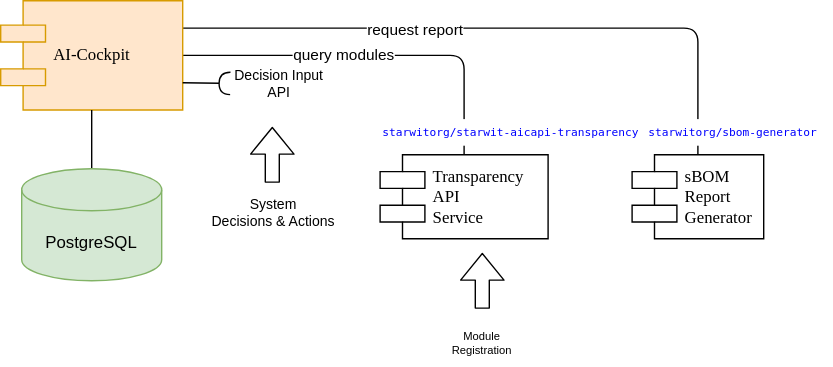
Above: docs/imgs/Service-Composition-Architecture.drawio.svg in starwit/ai-cockpit (draw.io), before the change. Source tidied: cells renumbered, new cells last; positions are measured from the earlier drawing's top-left corner, leaving out a move shared by most shapes. Its diagram source:
```xml
<mxGraphModel>
  <root>
    <mxCell id="0" />
    <mxCell id="1" parent="0" />
    <mxCell id="2" style="edgeStyle=orthogonalEdgeStyle;html=1;exitX=1;exitY=0.5;exitDx=0;exitDy=0;endArrow=none;endFill=0;" parent="1" edge="1" source="6" target="10">
      <mxGeometry relative="1" as="geometry" />
    </mxCell>
    <mxCell id="3" value="query modules" style="edgeLabel;html=1;align=center;verticalAlign=middle;" parent="2" vertex="1">
      <mxGeometry x="-0.07" y="-2" relative="1" as="geometry">
        <mxPoint x="-12" y="-2" as="offset" />
      </mxGeometry>
    </mxCell>
    <mxCell id="4" style="edgeStyle=orthogonalEdgeStyle;html=1;exitX=1;exitY=0.25;exitDx=0;exitDy=0;entryX=0.5;entryY=0;entryDx=0;entryDy=0;endArrow=none;endFill=0;" parent="1" edge="1" source="6" target="9">
      <mxGeometry relative="1" as="geometry" />
    </mxCell>
    <mxCell id="5" value="request report" style="edgeLabel;html=1;align=center;verticalAlign=middle;" parent="4" vertex="1">
      <mxGeometry x="-0.28" y="-1" relative="1" as="geometry" />
    </mxCell>
    <mxCell id="6" value="AI-Cockpit" style="shape=component;align=left;spacingLeft=36;rounded=0;shadow=0;comic=0;labelBackgroundColor=none;strokeWidth=1;fontFamily=Verdana;fontSize=12;html=1;fillColor=#ffe6cc;strokeColor=#d79b00;" parent="1" vertex="1">
      <mxGeometry width="130" height="78" as="geometry" />
    </mxCell>
    <mxCell id="7" style="edgeStyle=orthogonalEdgeStyle;rounded=0;jettySize=auto;html=1;endArrow=none;endFill=0;" parent="1" edge="1" source="8" target="6">
      <mxGeometry relative="1" as="geometry" />
    </mxCell>
    <mxCell id="8" value="PostgreSQL" style="shape=cylinder3;whiteSpace=wrap;html=1;boundedLbl=1;backgroundOutline=1;size=15;fillColor=#d5e8d4;strokeColor=#82b366;" parent="1" vertex="1">
      <mxGeometry x="15" y="120" width="100" height="80" as="geometry" />
    </mxCell>
    <mxCell id="9" value="sBOM&lt;br&gt;Report&lt;br&gt;Generator" style="shape=component;align=left;spacingLeft=36;rounded=0;shadow=0;comic=0;labelBackgroundColor=none;strokeWidth=1;fontFamily=Verdana;fontSize=12;html=1;" parent="1" vertex="1">
      <mxGeometry x="451" y="110" width="94" height="60" as="geometry" />
    </mxCell>
    <mxCell id="10" value="Transparency&lt;br&gt;API&lt;br&gt;Service" style="shape=component;align=left;spacingLeft=36;rounded=0;shadow=0;comic=0;labelBackgroundColor=none;strokeWidth=1;fontFamily=Verdana;fontSize=12;html=1;" parent="1" vertex="1">
      <mxGeometry x="271" y="110" width="120" height="60" as="geometry" />
    </mxCell>
    <mxCell id="11" value="&lt;div style=&quot;color: rgb(59, 59, 59); background-color: rgb(255, 255, 255); font-family: &amp;quot;Droid Sans Mono&amp;quot;, &amp;quot;monospace&amp;quot;, monospace; font-weight: normal; font-size: 8px; line-height: 19px;&quot;&gt;&lt;div style=&quot;font-size: 8px;&quot;&gt;&lt;span style=&quot;color: rgb(0, 0, 255); font-size: 8px;&quot;&gt;starwitorg/starwit-aicapi-transparency&lt;/span&gt;&lt;/div&gt;&lt;/div&gt;" style="text;whiteSpace=wrap;html=1;fontSize=8;" parent="1" vertex="1">
      <mxGeometry x="271" y="78" width="190" height="30" as="geometry" />
    </mxCell>
    <mxCell id="12" value="&lt;div style=&quot;color: rgb(59, 59, 59); background-color: rgb(255, 255, 255); font-family: &amp;quot;Droid Sans Mono&amp;quot;, &amp;quot;monospace&amp;quot;, monospace; font-weight: normal; font-size: 8px; line-height: 19px;&quot;&gt;&lt;div style=&quot;font-size: 8px;&quot;&gt;&lt;span style=&quot;color: rgb(0, 0, 255); font-size: 8px;&quot;&gt;starwitorg/sbom-generator&lt;/span&gt;&lt;/div&gt;&lt;/div&gt;" style="text;whiteSpace=wrap;html=1;fontSize=8;" parent="1" vertex="1">
      <mxGeometry x="461" y="78" width="133" height="30" as="geometry" />
    </mxCell>
    <mxCell id="13" style="rounded=0;jettySize=auto;html=1;endArrow=halfCircle;endFill=0;entryX=0.5;entryY=0.5;endSize=6;strokeWidth=1;sketch=0;fontSize=10;exitX=1;exitY=0.75;exitDx=0;exitDy=0;" parent="1" edge="1" source="6">
      <mxGeometry relative="1" as="geometry">
        <mxPoint x="164" y="59" as="targetPoint" />
      </mxGeometry>
    </mxCell>
    <mxCell id="14" style="shape=flexArrow;endArrow=classic;html=1;fontSize=8;" parent="1" edge="1">
      <mxGeometry relative="1" as="geometry">
        <mxPoint x="344" y="220" as="sourcePoint" />
        <mxPoint x="344" y="180" as="targetPoint" />
      </mxGeometry>
    </mxCell>
    <mxCell id="15" value="Module Registration" style="text;html=1;strokeColor=none;fillColor=none;align=center;verticalAlign=middle;whiteSpace=wrap;rounded=0;fontSize=8;" parent="1" vertex="1">
      <mxGeometry x="314" y="230" width="60" height="30" as="geometry" />
    </mxCell>
    <mxCell id="16" value="Decision Input&lt;br&gt;API" style="text;html=1;strokeColor=none;fillColor=none;align=center;verticalAlign=middle;whiteSpace=wrap;rounded=0;fontSize=10;" parent="1" vertex="1">
      <mxGeometry x="164" y="44" width="70" height="30" as="geometry" />
    </mxCell>
    <mxCell id="17" style="shape=flexArrow;endArrow=classic;html=1;fontSize=8;" parent="1" edge="1">
      <mxGeometry relative="1" as="geometry">
        <mxPoint x="194" y="130" as="sourcePoint" />
        <mxPoint x="194" y="90" as="targetPoint" />
      </mxGeometry>
    </mxCell>
    <mxCell id="18" value="System&lt;br style=&quot;font-size: 10px;&quot;&gt;Decisions &amp;amp; Actions" style="text;html=1;strokeColor=none;fillColor=none;align=center;verticalAlign=middle;whiteSpace=wrap;rounded=0;fontSize=10;" parent="1" vertex="1">
      <mxGeometry x="150" y="136" width="90" height="30" as="geometry" />
    </mxCell>
  </root>
</mxGraphModel>
```
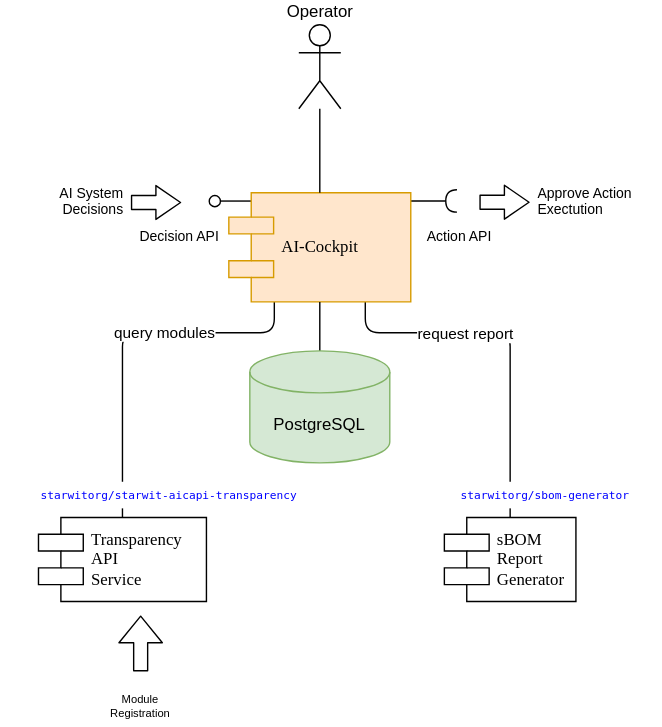
Later version of the same file.

Change to the diagram source:
```diff
@@ -2,16 +2,44 @@
   <root>
     <mxCell id="0" />
     <mxCell id="1" parent="0" />
+    <mxCell id="19" style="group;" parent="1" vertex="1">
+      <mxGeometry x="-14" y="2" width="30" height="8" as="geometry" />
+    </mxCell>
+    <mxCell id="20" style="endArrow=none;html=1;rounded=0;align=center;verticalAlign=top;endFill=0;labelBackgroundColor=none;endSize=2;" parent="19" edge="1">
+      <mxGeometry relative="1" as="geometry">
+        <mxPoint x="8" y="3.9" as="sourcePoint" />
+        <mxPoint x="30" y="3.9" as="targetPoint" />
+      </mxGeometry>
+    </mxCell>
+    <mxCell id="21" style="ellipse;html=1;fontSize=11;align=center;fillColor=none;verticalAlign=bottom;labelPosition=center;verticalLabelPosition=top;flipH=1;" parent="19" vertex="1">
+      <mxGeometry width="8" height="8" as="geometry" />
+    </mxCell>
+    <mxCell id="22" style="rounded=0;orthogonalLoop=1;jettySize=auto;html=1;endArrow=halfCircle;endFill=0;endSize=6;strokeWidth=1;sketch=0;fontSize=10;exitX=1;exitY=0.75;exitDx=0;exitDy=0;" parent="1" edge="1">
+      <mxGeometry relative="1" as="geometry">
+        <mxPoint x="129" y="5.9" as="sourcePoint" />
+        <mxPoint x="163" y="5.9" as="targetPoint" />
+      </mxGeometry>
+    </mxCell>
-    <mxCell id="2" style="edgeStyle=orthogonalEdgeStyle;html=1;exitX=1;exitY=0.5;exitDx=0;exitDy=0;endArrow=none;endFill=0;" parent="1" edge="1" source="6" target="10">
-      <mxGeometry relative="1" as="geometry" />
+    <mxCell id="2" style="edgeStyle=orthogonalEdgeStyle;html=1;exitX=0.25;exitY=1;exitDx=0;exitDy=0;endArrow=none;endFill=0;entryX=0.5;entryY=0;entryDx=0;entryDy=0;" parent="1" edge="1" source="6" target="10">
+      <mxGeometry relative="1" as="geometry">
+        <Array as="points">
+          <mxPoint x="33" y="100" />
+          <mxPoint x="-76" y="100" />
+        </Array>
+      </mxGeometry>
     </mxCell>
     <mxCell id="3" value="query modules" style="edgeLabel;html=1;align=center;verticalAlign=middle;" parent="2" vertex="1">
       <mxGeometry x="-0.07" y="-2" relative="1" as="geometry">
-        <mxPoint x="-12" y="-2" as="offset" />
+        <mxPoint x="22" y="2" as="offset" />
       </mxGeometry>
     </mxCell>
-    <mxCell id="4" style="edgeStyle=orthogonalEdgeStyle;html=1;exitX=1;exitY=0.25;exitDx=0;exitDy=0;entryX=0.5;entryY=0;entryDx=0;entryDy=0;endArrow=none;endFill=0;" parent="1" edge="1" source="6" target="9">
-      <mxGeometry relative="1" as="geometry" />
+    <mxCell id="4" style="edgeStyle=orthogonalEdgeStyle;html=1;exitX=0.75;exitY=1;exitDx=0;exitDy=0;entryX=0.5;entryY=0;entryDx=0;entryDy=0;endArrow=none;endFill=0;" parent="1" edge="1" source="6" target="9">
+      <mxGeometry relative="1" as="geometry">
+        <Array as="points">
+          <mxPoint x="98" y="100" />
+          <mxPoint x="201" y="100" />
+        </Array>
+      </mxGeometry>
     </mxCell>
     <mxCell id="5" value="request report" style="edgeLabel;html=1;align=center;verticalAlign=middle;" parent="4" vertex="1">
       <mxGeometry x="-0.28" y="-1" relative="1" as="geometry" />
@@ -23,45 +51,58 @@
       <mxGeometry relative="1" as="geometry" />
     </mxCell>
     <mxCell id="8" value="PostgreSQL" style="shape=cylinder3;whiteSpace=wrap;html=1;boundedLbl=1;backgroundOutline=1;size=15;fillColor=#d5e8d4;strokeColor=#82b366;" parent="1" vertex="1">
-      <mxGeometry x="15" y="120" width="100" height="80" as="geometry" />
+      <mxGeometry x="15" y="113" width="100" height="80" as="geometry" />
     </mxCell>
     <mxCell id="9" value="sBOM&lt;br&gt;Report&lt;br&gt;Generator" style="shape=component;align=left;spacingLeft=36;rounded=0;shadow=0;comic=0;labelBackgroundColor=none;strokeWidth=1;fontFamily=Verdana;fontSize=12;html=1;" parent="1" vertex="1">
-      <mxGeometry x="451" y="110" width="94" height="60" as="geometry" />
+      <mxGeometry x="154" y="232" width="94" height="60" as="geometry" />
     </mxCell>
     <mxCell id="10" value="Transparency&lt;br&gt;API&lt;br&gt;Service" style="shape=component;align=left;spacingLeft=36;rounded=0;shadow=0;comic=0;labelBackgroundColor=none;strokeWidth=1;fontFamily=Verdana;fontSize=12;html=1;" parent="1" vertex="1">
-      <mxGeometry x="271" y="110" width="120" height="60" as="geometry" />
+      <mxGeometry x="-136" y="232" width="120" height="60" as="geometry" />
     </mxCell>
     <mxCell id="11" value="&lt;div style=&quot;color: rgb(59, 59, 59); background-color: rgb(255, 255, 255); font-family: &amp;quot;Droid Sans Mono&amp;quot;, &amp;quot;monospace&amp;quot;, monospace; font-weight: normal; font-size: 8px; line-height: 19px;&quot;&gt;&lt;div style=&quot;font-size: 8px;&quot;&gt;&lt;span style=&quot;color: rgb(0, 0, 255); font-size: 8px;&quot;&gt;starwitorg/starwit-aicapi-transparency&lt;/span&gt;&lt;/div&gt;&lt;/div&gt;" style="text;whiteSpace=wrap;html=1;fontSize=8;" parent="1" vertex="1">
-      <mxGeometry x="271" y="78" width="190" height="30" as="geometry" />
+      <mxGeometry x="-136" y="200" width="190" height="30" as="geometry" />
     </mxCell>
     <mxCell id="12" value="&lt;div style=&quot;color: rgb(59, 59, 59); background-color: rgb(255, 255, 255); font-family: &amp;quot;Droid Sans Mono&amp;quot;, &amp;quot;monospace&amp;quot;, monospace; font-weight: normal; font-size: 8px; line-height: 19px;&quot;&gt;&lt;div style=&quot;font-size: 8px;&quot;&gt;&lt;span style=&quot;color: rgb(0, 0, 255); font-size: 8px;&quot;&gt;starwitorg/sbom-generator&lt;/span&gt;&lt;/div&gt;&lt;/div&gt;" style="text;whiteSpace=wrap;html=1;fontSize=8;" parent="1" vertex="1">
-      <mxGeometry x="461" y="78" width="133" height="30" as="geometry" />
+      <mxGeometry x="164" y="200" width="133" height="30" as="geometry" />
     </mxCell>
-    <mxCell id="13" style="rounded=0;jettySize=auto;html=1;endArrow=halfCircle;endFill=0;entryX=0.5;entryY=0.5;endSize=6;strokeWidth=1;sketch=0;fontSize=10;exitX=1;exitY=0.75;exitDx=0;exitDy=0;" parent="1" edge="1" source="6">
-      <mxGeometry relative="1" as="geometry">
-        <mxPoint x="164" y="59" as="targetPoint" />
-      </mxGeometry>
-    </mxCell>
     <mxCell id="14" style="shape=flexArrow;endArrow=classic;html=1;fontSize=8;" parent="1" edge="1">
       <mxGeometry relative="1" as="geometry">
-        <mxPoint x="344" y="220" as="sourcePoint" />
-        <mxPoint x="344" y="180" as="targetPoint" />
+        <mxPoint x="-63" y="342" as="sourcePoint" />
+        <mxPoint x="-63" y="302" as="targetPoint" />
       </mxGeometry>
     </mxCell>
     <mxCell id="15" value="Module Registration" style="text;html=1;strokeColor=none;fillColor=none;align=center;verticalAlign=middle;whiteSpace=wrap;rounded=0;fontSize=8;" parent="1" vertex="1">
-      <mxGeometry x="314" y="230" width="60" height="30" as="geometry" />
+      <mxGeometry x="-93" y="352" width="60" height="30" as="geometry" />
     </mxCell>
-    <mxCell id="16" value="Decision Input&lt;br&gt;API" style="text;html=1;strokeColor=none;fillColor=none;align=center;verticalAlign=middle;whiteSpace=wrap;rounded=0;fontSize=10;" parent="1" vertex="1">
-      <mxGeometry x="164" y="44" width="70" height="30" as="geometry" />
+    <mxCell id="16" value="Decision API" style="text;html=1;strokeColor=none;fillColor=none;align=center;verticalAlign=middle;whiteSpace=wrap;rounded=0;fontSize=10;" parent="1" vertex="1">
+      <mxGeometry x="-70" y="24" width="70" height="14" as="geometry" />
     </mxCell>
-    <mxCell id="17" style="shape=flexArrow;endArrow=classic;html=1;fontSize=8;" parent="1" edge="1">
+    <mxCell id="17" style="shape=flexArrow;endArrow=classic;html=1;fontSize=8;endWidth=13.2;endSize=5.532;" parent="1" edge="1">
       <mxGeometry relative="1" as="geometry">
-        <mxPoint x="194" y="130" as="sourcePoint" />
-        <mxPoint x="194" y="90" as="targetPoint" />
+        <mxPoint x="-70" y="7" as="sourcePoint" />
+        <mxPoint x="-34" y="7" as="targetPoint" />
       </mxGeometry>
     </mxCell>
-    <mxCell id="18" value="System&lt;br style=&quot;font-size: 10px;&quot;&gt;Decisions &amp;amp; Actions" style="text;html=1;strokeColor=none;fillColor=none;align=center;verticalAlign=middle;whiteSpace=wrap;rounded=0;fontSize=10;" parent="1" vertex="1">
-      <mxGeometry x="150" y="136" width="90" height="30" as="geometry" />
+    <mxCell id="18" value="AI System&lt;br style=&quot;font-size: 10px;&quot;&gt;Decisions&amp;nbsp;" style="text;html=1;strokeColor=none;fillColor=none;align=right;verticalAlign=middle;whiteSpace=wrap;rounded=0;fontSize=10;" parent="1" vertex="1">
+      <mxGeometry x="-163" y="-9" width="90" height="30" as="geometry" />
     </mxCell>
+    <mxCell id="23" value="Action API" style="text;html=1;strokeColor=none;fillColor=none;align=center;verticalAlign=middle;whiteSpace=wrap;rounded=0;fontSize=10;" parent="1" vertex="1">
+      <mxGeometry x="130" y="24" width="70" height="14" as="geometry" />
+    </mxCell>
+    <mxCell id="24" style="shape=flexArrow;endArrow=classic;html=1;fontSize=8;endWidth=13.2;endSize=5.532;" parent="1" edge="1">
+      <mxGeometry relative="1" as="geometry">
+        <mxPoint x="179" y="6.8" as="sourcePoint" />
+        <mxPoint x="215" y="6.8" as="targetPoint" />
+      </mxGeometry>
+    </mxCell>
+    <mxCell id="25" value="Approve Action Exectution" style="text;html=1;strokeColor=none;fillColor=none;align=left;verticalAlign=middle;whiteSpace=wrap;rounded=0;fontSize=10;" parent="1" vertex="1">
+      <mxGeometry x="219" y="-9" width="90" height="30" as="geometry" />
+    </mxCell>
+    <mxCell id="26" style="edgeStyle=none;html=1;endArrow=none;endFill=0;" parent="1" edge="1" source="27" target="6">
+      <mxGeometry relative="1" as="geometry" />
+    </mxCell>
+    <mxCell id="27" value="Operator" style="shape=umlActor;verticalLabelPosition=top;verticalAlign=bottom;html=1;labelPosition=center;align=center;" parent="1" vertex="1">
+      <mxGeometry x="50" y="-120" width="30" height="60" as="geometry" />
+    </mxCell>
   </root>
 </mxGraphModel>
```
